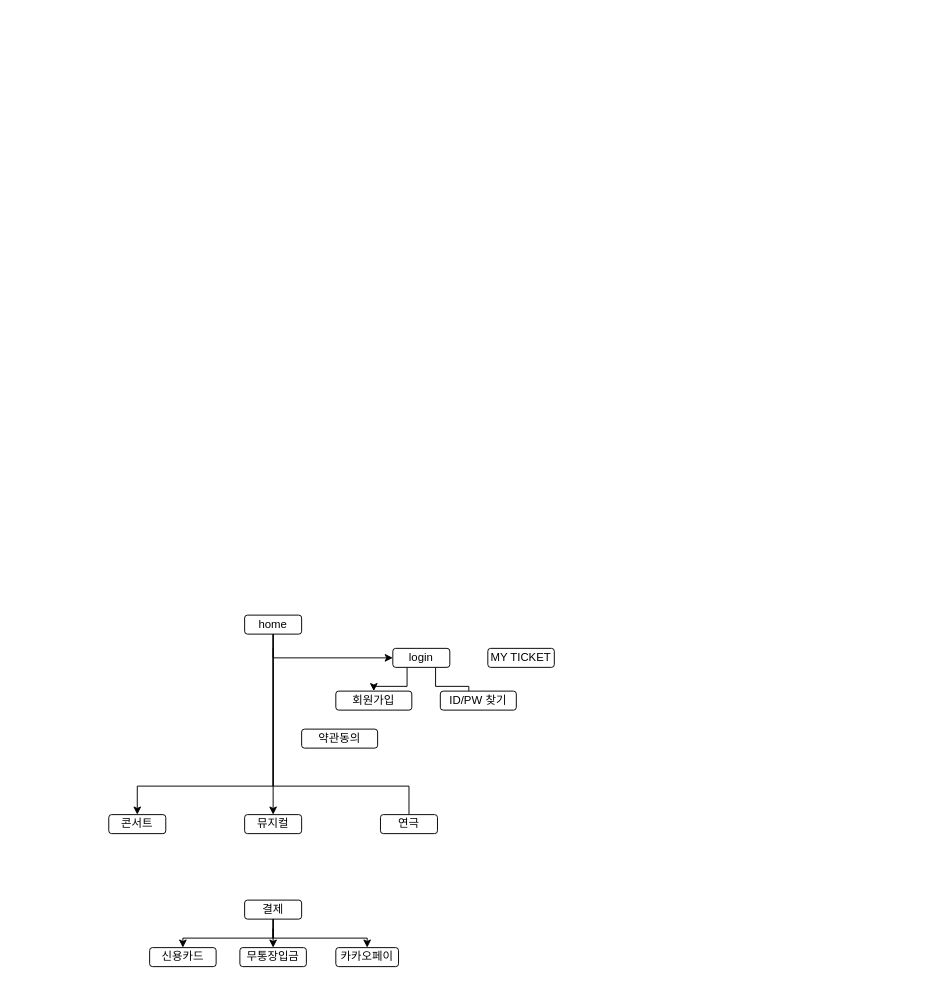
rudy1120/notice-board keeps this draw.io diagram as 제목 없는 다이어그램.drawio. Above is the earlier version. Source tidied: cells renumbered, new cells numbered last; positions are measured from the earlier drawing's top-left corner, leaving out a move shared by most shapes. Both pictures are drawn from the tidied source at 95%, with x=0, y=0 at pixel (108, 615).
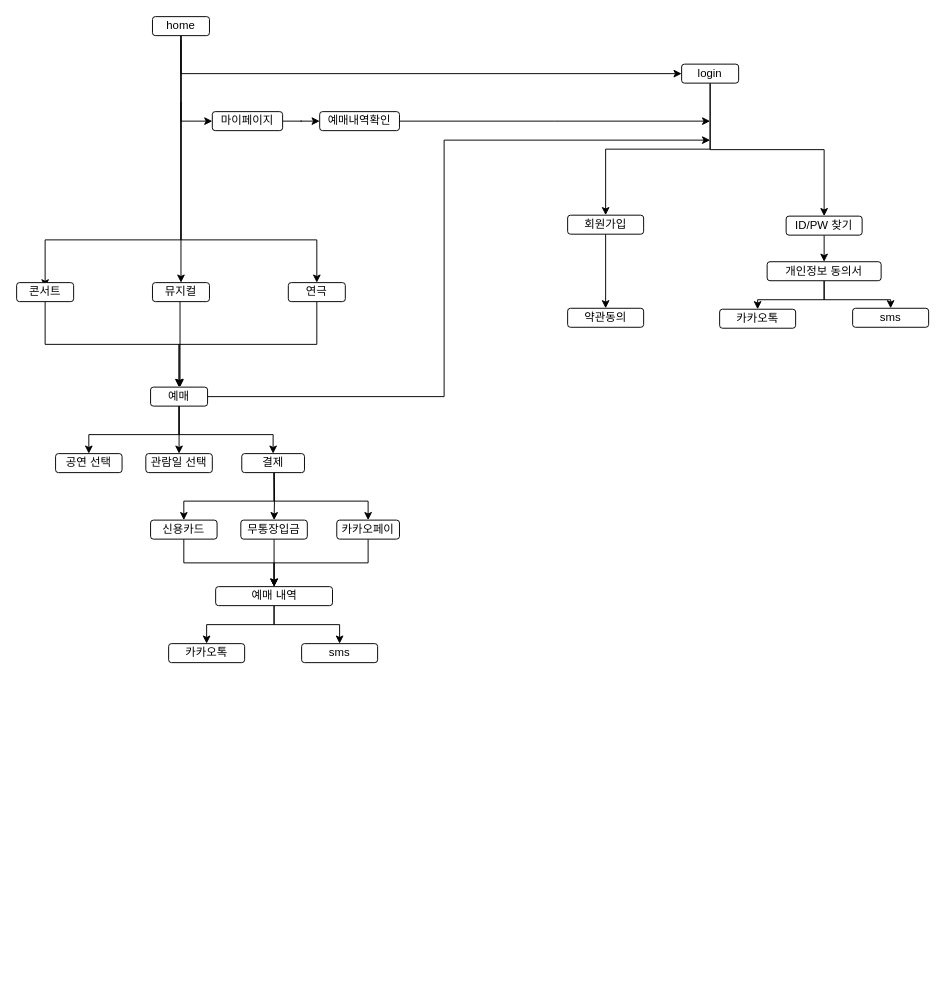
The same diagram, later.

Commit message:
티켓예약웹페이지다이어그램.drawio

Change to the diagram source:
```diff
@@
-    <mxCell id="4" style="edgeStyle=orthogonalEdgeStyle;rounded=0;jettySize=auto;html=1;exitX=0.5;exitY=1;exitDx=0;exitDy=0;" parent="1" edge="1" source="6" target="13">
+    <mxCell id="4" style="edgeStyle=orthogonalEdgeStyle;rounded=0;orthogonalLoop=1;jettySize=auto;html=1;exitX=0.5;exitY=1;exitDx=0;exitDy=0;" parent="1" edge="1">
       <mxGeometry relative="1" as="geometry">
+        <mxPoint x="76" y="-605" as="sourcePoint" />
+        <mxPoint x="-67" y="-345" as="targetPoint" />
         <Array as="points">
-          <mxPoint x="173" y="180" />
-          <mxPoint x="30" y="180" />
+          <mxPoint x="76" y="-395" />
+          <mxPoint x="-67" y="-395" />
         </Array>
       </mxGeometry>
     </mxCell>
     <mxCell id="5" style="edgeStyle=orthogonalEdgeStyle;rounded=0;orthogonalLoop=1;jettySize=auto;html=1;" parent="1" edge="1">
       <mxGeometry relative="1" as="geometry">
-        <mxPoint x="173" y="35" as="sourcePoint" />
-        <mxPoint x="316" y="225" as="targetPoint" />
+        <mxPoint x="76" y="-540" as="sourcePoint" />
+        <mxPoint x="219" y="-350" as="targetPoint" />
         <Array as="points">
-          <mxPoint x="173" y="180" />
-          <mxPoint x="316" y="180" />
+          <mxPoint x="76" y="-395" />
+          <mxPoint x="219" y="-395" />
         </Array>
       </mxGeometry>
     </mxCell>
+    <mxCell id="24" style="edgeStyle=orthogonalEdgeStyle;rounded=0;jettySize=auto;html=1;exitX=0.5;exitY=1;exitDx=0;exitDy=0;entryX=0;entryY=0.5;entryDx=0;entryDy=0;" parent="1" edge="1" source="6" target="51">
+      <mxGeometry relative="1" as="geometry" />
+    </mxCell>
     <mxCell id="6" value="home" style="rounded=1;whiteSpace=wrap;html=1;" parent="1" vertex="1">
-      <mxGeometry x="143" width="60" height="20" as="geometry" />
+      <mxGeometry x="46" y="-630" width="60" height="20" as="geometry" />
     </mxCell>
+    <mxCell id="8" style="edgeStyle=orthogonalEdgeStyle;rounded=0;jettySize=auto;html=1;exitX=0.5;exitY=1;exitDx=0;exitDy=0;entryX=0.5;entryY=0;entryDx=0;entryDy=0;" parent="1" edge="1" source="9" target="11">
+      <mxGeometry relative="1" as="geometry" />
+    </mxCell>
-    <mxCell id="7" style="edgeStyle=orthogonalEdgeStyle;rounded=0;jettySize=auto;html=1;exitX=0.25;exitY=1;exitDx=0;exitDy=0;entryX=0.5;entryY=0;entryDx=0;entryDy=0;" parent="1" edge="1" source="9" target="10">
+    <mxCell id="7" style="edgeStyle=orthogonalEdgeStyle;rounded=0;jettySize=auto;html=1;exitX=0.5;exitY=1;exitDx=0;exitDy=0;entryX=0.5;entryY=0;entryDx=0;entryDy=0;" parent="1" edge="1" source="9" target="10">
       <mxGeometry relative="1" as="geometry" />
     </mxCell>
-    <mxCell id="8" style="edgeStyle=orthogonalEdgeStyle;rounded=0;jettySize=auto;html=1;exitX=0.75;exitY=1;exitDx=0;exitDy=0;entryX=0.5;entryY=0;entryDx=0;entryDy=0;" parent="1" edge="1" source="9" target="11">
-      <mxGeometry relative="1" as="geometry">
-        <Array as="points">
-          <mxPoint x="344" y="75" />
-          <mxPoint x="379" y="75" />
-          <mxPoint x="379" y="85" />
-          <mxPoint x="389" y="85" />
-        </Array>
-      </mxGeometry>
-    </mxCell>
     <mxCell id="9" value="login" style="rounded=1;whiteSpace=wrap;html=1;" parent="1" vertex="1">
-      <mxGeometry x="299" y="35" width="60" height="20" as="geometry" />
+      <mxGeometry x="603" y="-580" width="60" height="20" as="geometry" />
     </mxCell>
+    <mxCell id="25" style="edgeStyle=orthogonalEdgeStyle;rounded=0;jettySize=auto;html=1;exitX=0.5;exitY=1;exitDx=0;exitDy=0;entryX=0.5;entryY=0;entryDx=0;entryDy=0;" parent="1" edge="1" source="10" target="23">
+      <mxGeometry relative="1" as="geometry" />
+    </mxCell>
     <mxCell id="10" value="회원가입" style="rounded=1;whiteSpace=wrap;html=1;" parent="1" vertex="1">
-      <mxGeometry x="239" y="80" width="80" height="20" as="geometry" />
+      <mxGeometry x="483" y="-421" width="80" height="20" as="geometry" />
     </mxCell>
+    <mxCell id="26" style="edgeStyle=orthogonalEdgeStyle;rounded=0;jettySize=auto;html=1;exitX=0.5;exitY=1;exitDx=0;exitDy=0;entryX=0.5;entryY=0;entryDx=0;entryDy=0;" parent="1" edge="1" source="11" target="43">
+      <mxGeometry relative="1" as="geometry" />
+    </mxCell>
     <mxCell id="11" value="ID/PW 찾기" style="rounded=1;whiteSpace=wrap;html=1;" parent="1" vertex="1">
-      <mxGeometry x="349" y="80" width="80" height="20" as="geometry" />
+      <mxGeometry x="713" y="-420" width="80" height="20" as="geometry" />
     </mxCell>
-    <mxCell id="12" value="MY TICKET" style="rounded=1;whiteSpace=wrap;html=1;" parent="1" vertex="1">
-      <mxGeometry x="399" y="35" width="70" height="20" as="geometry" />
-    </mxCell>
+    <mxCell id="27" style="edgeStyle=orthogonalEdgeStyle;rounded=0;jettySize=auto;html=1;exitX=0.5;exitY=1;exitDx=0;exitDy=0;" parent="1" edge="1" source="13" target="38">
+      <mxGeometry relative="1" as="geometry" />
+    </mxCell>
     <mxCell id="13" value="콘서트" style="rounded=1;whiteSpace=wrap;html=1;" parent="1" vertex="1">
-      <mxGeometry y="210" width="60" height="20" as="geometry" />
+      <mxGeometry x="-97" y="-350" width="60" height="20" as="geometry" />
     </mxCell>
+    <mxCell id="28" style="edgeStyle=orthogonalEdgeStyle;rounded=0;orthogonalLoop=1;jettySize=auto;html=1;exitX=0.5;exitY=1;exitDx=0;exitDy=0;" parent="1" edge="1">
+      <mxGeometry relative="1" as="geometry">
+        <mxPoint x="75" y="-330" as="sourcePoint" />
+        <mxPoint x="75" y="-240" as="targetPoint" />
+      </mxGeometry>
+    </mxCell>
     <mxCell id="14" value="뮤지컬" style="rounded=1;whiteSpace=wrap;html=1;" parent="1" vertex="1">
-      <mxGeometry x="143" y="210" width="60" height="20" as="geometry" />
+      <mxGeometry x="46" y="-350" width="60" height="20" as="geometry" />
     </mxCell>
+    <mxCell id="29" style="edgeStyle=orthogonalEdgeStyle;rounded=0;jettySize=auto;html=1;exitX=0.5;exitY=1;exitDx=0;exitDy=0;entryX=0.5;entryY=0;entryDx=0;entryDy=0;" parent="1" edge="1" source="15" target="38">
+      <mxGeometry relative="1" as="geometry" />
+    </mxCell>
     <mxCell id="15" value="연극" style="rounded=1;whiteSpace=wrap;html=1;" parent="1" vertex="1">
-      <mxGeometry x="286" y="210" width="60" height="20" as="geometry" />
+      <mxGeometry x="189" y="-350" width="60" height="20" as="geometry" />
     </mxCell>
-    <mxCell id="16" style="edgeStyle=orthogonalEdgeStyle;rounded=0;jettySize=auto;html=1;exitX=0.5;exitY=1;exitDx=0;exitDy=0;" parent="1" edge="1" source="19" target="20">
+    <mxCell id="16" style="edgeStyle=orthogonalEdgeStyle;rounded=0;jettySize=auto;html=1;exitX=0.5;exitY=1;exitDx=0;exitDy=0;" parent="1" edge="1" target="20">
       <mxGeometry relative="1" as="geometry">
+        <mxPoint x="174" y="-150" as="sourcePoint" />
         <Array as="points">
-          <mxPoint x="173" y="340" />
-          <mxPoint x="78" y="340" />
+          <mxPoint x="174" y="-120" />
+          <mxPoint x="79" y="-120" />
         </Array>
       </mxGeometry>
     </mxCell>
-    <mxCell id="17" style="edgeStyle=orthogonalEdgeStyle;rounded=0;jettySize=auto;html=1;exitX=0.5;exitY=1;exitDx=0;exitDy=0;entryX=0.5;entryY=0;entryDx=0;entryDy=0;" parent="1" edge="1" source="19" target="22">
+    <mxCell id="17" style="edgeStyle=orthogonalEdgeStyle;rounded=0;jettySize=auto;html=1;exitX=0.5;exitY=1;exitDx=0;exitDy=0;entryX=0.5;entryY=0;entryDx=0;entryDy=0;" parent="1" edge="1" target="22">
       <mxGeometry relative="1" as="geometry">
+        <mxPoint x="174" y="-150" as="sourcePoint" />
         <Array as="points">
-          <mxPoint x="173" y="340" />
-          <mxPoint x="272" y="340" />
+          <mxPoint x="174" y="-120" />
+          <mxPoint x="273" y="-120" />
         </Array>
       </mxGeometry>
     </mxCell>
-    <mxCell id="18" style="edgeStyle=orthogonalEdgeStyle;rounded=0;jettySize=auto;html=1;exitX=0.5;exitY=1;exitDx=0;exitDy=0;" parent="1" edge="1" source="19" target="21">
-      <mxGeometry relative="1" as="geometry" />
+    <mxCell id="18" style="edgeStyle=orthogonalEdgeStyle;rounded=0;jettySize=auto;html=1;exitX=0.5;exitY=1;exitDx=0;exitDy=0;" parent="1" edge="1" target="21">
+      <mxGeometry relative="1" as="geometry">
+        <mxPoint x="174" y="-150" as="sourcePoint" />
+      </mxGeometry>
     </mxCell>
-    <mxCell id="19" value="결제" style="rounded=1;whiteSpace=wrap;html=1;" parent="1" vertex="1">
-      <mxGeometry x="143" y="300" width="60" height="20" as="geometry" />
-    </mxCell>
+    <mxCell id="30" style="edgeStyle=orthogonalEdgeStyle;rounded=0;jettySize=auto;html=1;exitX=0.5;exitY=1;exitDx=0;exitDy=0;entryX=0.5;entryY=0;entryDx=0;entryDy=0;" parent="1" edge="1" source="20" target="47">
+      <mxGeometry relative="1" as="geometry" />
+    </mxCell>
     <mxCell id="20" value="신용카드" style="rounded=1;whiteSpace=wrap;html=1;" parent="1" vertex="1">
-      <mxGeometry x="43" y="350" width="70" height="20" as="geometry" />
+      <mxGeometry x="44" y="-100" width="70" height="20" as="geometry" />
     </mxCell>
+    <mxCell id="31" style="edgeStyle=orthogonalEdgeStyle;rounded=0;jettySize=auto;html=1;exitX=0.5;exitY=1;exitDx=0;exitDy=0;entryX=0.5;entryY=0;entryDx=0;entryDy=0;" parent="1" edge="1" source="21" target="47">
+      <mxGeometry relative="1" as="geometry" />
+    </mxCell>
     <mxCell id="21" value="무통장입금" style="rounded=1;whiteSpace=wrap;html=1;" parent="1" vertex="1">
-      <mxGeometry x="138" y="350" width="70" height="20" as="geometry" />
+      <mxGeometry x="139" y="-100" width="70" height="20" as="geometry" />
     </mxCell>
+    <mxCell id="32" style="edgeStyle=orthogonalEdgeStyle;rounded=0;jettySize=auto;html=1;exitX=0.5;exitY=1;exitDx=0;exitDy=0;entryX=0.5;entryY=0;entryDx=0;entryDy=0;" parent="1" edge="1" source="22" target="47">
+      <mxGeometry relative="1" as="geometry" />
+    </mxCell>
     <mxCell id="22" value="카카오페이" style="rounded=1;whiteSpace=wrap;html=1;" parent="1" vertex="1">
-      <mxGeometry x="239" y="350" width="66" height="20" as="geometry" />
+      <mxGeometry x="240" y="-100" width="66" height="20" as="geometry" />
     </mxCell>
     <mxCell id="23" value="약관동의" style="rounded=1;whiteSpace=wrap;html=1;" parent="1" vertex="1">
-      <mxGeometry x="203" y="120" width="80" height="20" as="geometry" />
+      <mxGeometry x="483" y="-323" width="80" height="20" as="geometry" />
     </mxCell>
+    <mxCell id="33" value="카카오톡" style="rounded=1;whiteSpace=wrap;html=1;" parent="1" vertex="1">
+      <mxGeometry x="643" y="-322" width="80" height="20" as="geometry" />
+    </mxCell>
+    <mxCell id="34" value="sms" style="rounded=1;whiteSpace=wrap;html=1;" parent="1" vertex="1">
+      <mxGeometry x="783" y="-323" width="80" height="20" as="geometry" />
+    </mxCell>
+    <mxCell id="35" style="edgeStyle=orthogonalEdgeStyle;rounded=0;jettySize=auto;html=1;exitX=0.5;exitY=1;exitDx=0;exitDy=0;" parent="1" edge="1" source="38" target="39">
+      <mxGeometry relative="1" as="geometry">
+        <Array as="points">
+          <mxPoint x="74" y="-190" />
+          <mxPoint x="-21" y="-190" />
+        </Array>
+      </mxGeometry>
+    </mxCell>
+    <mxCell id="36" style="edgeStyle=orthogonalEdgeStyle;rounded=0;jettySize=auto;html=1;exitX=0.5;exitY=1;exitDx=0;exitDy=0;entryX=0.5;entryY=0;entryDx=0;entryDy=0;" parent="1" edge="1" source="38" target="19">
+      <mxGeometry relative="1" as="geometry">
+        <Array as="points">
+          <mxPoint x="74" y="-190" />
+          <mxPoint x="173" y="-190" />
+        </Array>
+      </mxGeometry>
+    </mxCell>
+    <mxCell id="37" style="edgeStyle=orthogonalEdgeStyle;rounded=0;jettySize=auto;html=1;exitX=0.5;exitY=1;exitDx=0;exitDy=0;" parent="1" edge="1" source="38" target="40">
+      <mxGeometry relative="1" as="geometry" />
+    </mxCell>
+    <mxCell id="38" value="예매" style="rounded=1;whiteSpace=wrap;html=1;" parent="1" vertex="1">
+      <mxGeometry x="44" y="-240" width="60" height="20" as="geometry" />
+    </mxCell>
+    <mxCell id="39" value="공연 선택" style="rounded=1;whiteSpace=wrap;html=1;" parent="1" vertex="1">
+      <mxGeometry x="-56" y="-170" width="70" height="20" as="geometry" />
+    </mxCell>
+    <mxCell id="40" value="관람일 선택" style="rounded=1;whiteSpace=wrap;html=1;" parent="1" vertex="1">
+      <mxGeometry x="39" y="-170" width="70" height="20" as="geometry" />
+    </mxCell>
+    <mxCell id="19" value="결제" style="rounded=1;whiteSpace=wrap;html=1;" parent="1" vertex="1">
+      <mxGeometry x="140" y="-170" width="66" height="20" as="geometry" />
+    </mxCell>
+    <mxCell id="41" style="edgeStyle=orthogonalEdgeStyle;rounded=0;jettySize=auto;html=1;exitX=0.5;exitY=1;exitDx=0;exitDy=0;entryX=0.5;entryY=0;entryDx=0;entryDy=0;" parent="1" edge="1" source="43" target="34">
+      <mxGeometry relative="1" as="geometry" />
+    </mxCell>
+    <mxCell id="42" style="edgeStyle=orthogonalEdgeStyle;rounded=0;jettySize=auto;html=1;exitX=0.5;exitY=1;exitDx=0;exitDy=0;entryX=0.5;entryY=0;entryDx=0;entryDy=0;" parent="1" edge="1" source="43" target="33">
+      <mxGeometry relative="1" as="geometry" />
+    </mxCell>
+    <mxCell id="43" value="개인정보 동의서" style="rounded=1;whiteSpace=wrap;html=1;" parent="1" vertex="1">
+      <mxGeometry x="693" y="-372" width="120" height="20" as="geometry" />
+    </mxCell>
+    <mxCell id="44" style="endArrow=classic;html=1;rounded=0;" parent="1" edge="1">
+      <mxGeometry relative="1" as="geometry">
+        <mxPoint x="104" y="-230" as="sourcePoint" />
+        <mxPoint x="633" y="-500" as="targetPoint" />
+        <Array as="points">
+          <mxPoint x="353" y="-230" />
+          <mxPoint x="353" y="-500" />
+        </Array>
+      </mxGeometry>
+    </mxCell>
+    <mxCell id="45" style="edgeStyle=orthogonalEdgeStyle;rounded=0;jettySize=auto;html=1;exitX=0.5;exitY=1;exitDx=0;exitDy=0;entryX=0.5;entryY=0;entryDx=0;entryDy=0;" parent="1" edge="1" source="47" target="48">
+      <mxGeometry relative="1" as="geometry" />
+    </mxCell>
+    <mxCell id="46" style="edgeStyle=orthogonalEdgeStyle;rounded=0;jettySize=auto;html=1;exitX=0.5;exitY=1;exitDx=0;exitDy=0;entryX=0.5;entryY=0;entryDx=0;entryDy=0;" parent="1" edge="1" source="47" target="49">
+      <mxGeometry relative="1" as="geometry" />
+    </mxCell>
+    <mxCell id="47" value="예매 내역" style="rounded=1;whiteSpace=wrap;html=1;" parent="1" vertex="1">
+      <mxGeometry x="112.5" y="-30" width="123" height="20" as="geometry" />
+    </mxCell>
+    <mxCell id="48" value="카카오톡" style="rounded=1;whiteSpace=wrap;html=1;" parent="1" vertex="1">
+      <mxGeometry x="63" y="30" width="80" height="20" as="geometry" />
+    </mxCell>
+    <mxCell id="49" value="sms" style="rounded=1;whiteSpace=wrap;html=1;" parent="1" vertex="1">
+      <mxGeometry x="203" y="30" width="80" height="20" as="geometry" />
+    </mxCell>
+    <mxCell id="50" style="edgeStyle=orthogonalEdgeStyle;rounded=0;jettySize=auto;html=1;" parent="1" edge="1" source="51" target="53">
+      <mxGeometry relative="1" as="geometry" />
+    </mxCell>
+    <mxCell id="51" value="마이페이지" style="rounded=1;whiteSpace=wrap;html=1;" parent="1" vertex="1">
+      <mxGeometry x="109" y="-530" width="74" height="20" as="geometry" />
+    </mxCell>
+    <mxCell id="52" style="edgeStyle=orthogonalEdgeStyle;rounded=0;jettySize=auto;html=1;exitX=1;exitY=0.5;exitDx=0;exitDy=0;" parent="1" edge="1" source="53">
+      <mxGeometry relative="1" as="geometry">
+        <mxPoint x="633" y="-520" as="targetPoint" />
+      </mxGeometry>
+    </mxCell>
+    <mxCell id="53" value="예매내역확인" style="rounded=1;whiteSpace=wrap;html=1;" parent="1" vertex="1">
+      <mxGeometry x="222" y="-530" width="84" height="20" as="geometry" />
+    </mxCell>
```
